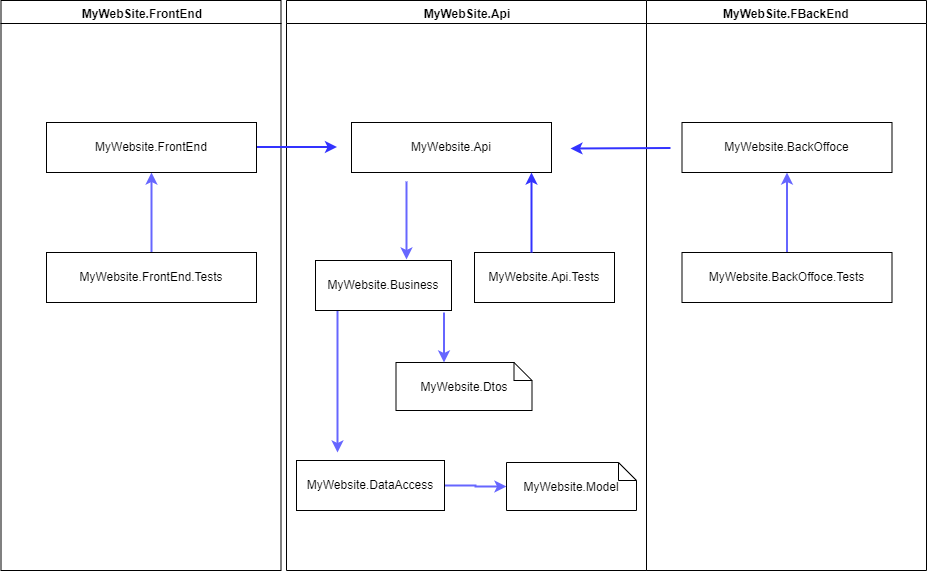
Above: Diagrams/LayersDiagram.png in saramgsilva/CompanyXPOSample (draw.io), before the change. Source tidied: cells renumbered, new cells last; positions are measured from the earlier drawing's top-left corner, leaving out a move shared by most shapes.
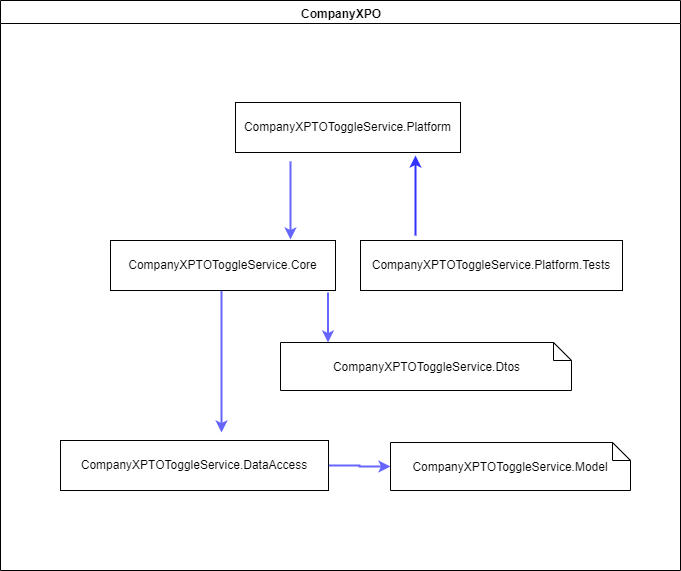
Later version of the same file.

The edit, as a diff of the source:
```diff
@@ -2,89 +2,53 @@
   <root>
     <mxCell id="0" />
     <mxCell id="1" parent="0" />
-    <mxCell id="2" value="MyWebSite.FrontEnd" style="swimlane;whiteSpace=wrap;" parent="1" vertex="1">
-      <mxGeometry x="0.5" width="280" height="570" as="geometry" />
-    </mxCell>
-    <mxCell id="3" style="edgeStyle=orthogonalEdgeStyle;rounded=0;jettySize=auto;html=1;strokeColor=#6666FF;strokeWidth=2;" parent="2" edge="1" source="4" target="5">
-      <mxGeometry relative="1" as="geometry" />
-    </mxCell>
-    <mxCell id="4" value="MyWebsite.FrontEnd.Tests" parent="2" vertex="1">
-      <mxGeometry x="45.5" y="252" width="210" height="50" as="geometry" />
-    </mxCell>
-    <mxCell id="5" value="MyWebsite.FrontEnd" parent="2" vertex="1">
-      <mxGeometry x="45.5" y="122" width="210" height="50" as="geometry" />
-    </mxCell>
-    <mxCell id="6" value="MyWebSite.Api" style="swimlane;whiteSpace=wrap;" parent="1" vertex="1">
-      <mxGeometry x="286" width="360" height="570" as="geometry" />
+    <mxCell id="6" value="CompanyXPO" style="swimlane;whiteSpace=wrap;" parent="1" vertex="1">
+      <mxGeometry x="286" width="680" height="570" as="geometry" />
     </mxCell>
-    <mxCell id="7" value="MyWebsite.Api" parent="6" vertex="1">
-      <mxGeometry x="65" y="122" width="200" height="50" as="geometry" />
+    <mxCell id="7" value="CompanyXPTOToggleService.Platform" parent="6" vertex="1">
+      <mxGeometry x="235" y="102" width="225" height="50" as="geometry" />
     </mxCell>
     <mxCell id="8" style="edgeStyle=orthogonalEdgeStyle;rounded=0;jettySize=auto;html=1;strokeColor=#6666FF;exitX=1;exitY=0.5;exitDx=0;exitDy=0;strokeWidth=2;" parent="6" edge="1" source="9" target="11">
       <mxGeometry relative="1" as="geometry" />
     </mxCell>
-    <mxCell id="9" value="MyWebsite.DataAccess" parent="6" vertex="1">
-      <mxGeometry x="10" y="460" width="148" height="50" as="geometry" />
+    <mxCell id="9" value="CompanyXPTOToggleService.DataAccess" parent="6" vertex="1">
+      <mxGeometry x="60" y="440" width="268" height="50" as="geometry" />
     </mxCell>
-    <mxCell id="10" value="MyWebsite.Api.Tests" parent="6" vertex="1">
-      <mxGeometry x="188" y="252" width="140" height="50" as="geometry" />
+    <mxCell id="10" value="CompanyXPTOToggleService.Platform.Tests" parent="6" vertex="1">
+      <mxGeometry x="360" y="240" width="262" height="50" as="geometry" />
     </mxCell>
-    <mxCell id="11" value="MyWebsite.Model" style="shape=note;whiteSpace=wrap;size=18;" parent="6" vertex="1">
-      <mxGeometry x="220" y="462" width="130" height="48" as="geometry" />
+    <mxCell id="11" value="CompanyXPTOToggleService.Model" style="shape=note;whiteSpace=wrap;size=18;" parent="6" vertex="1">
+      <mxGeometry x="390" y="442" width="240" height="48" as="geometry" />
     </mxCell>
-    <mxCell id="12" style="endArrow=classic;html=1;fillColor=#f8cecc;strokeColor=#3333FF;strokeWidth=2;" parent="6" edge="1">
-      <mxGeometry relative="1" as="geometry">
-        <mxPoint x="-29.5" y="146.5" as="sourcePoint" />
-        <mxPoint x="50.5" y="146.5" as="targetPoint" />
-      </mxGeometry>
-    </mxCell>
     <mxCell id="13" style="edgeStyle=orthogonalEdgeStyle;rounded=0;orthogonalLoop=1;jettySize=auto;html=1;strokeColor=#3333FF;strokeWidth=2;" parent="6" edge="1">
       <mxGeometry relative="1" as="geometry">
-        <mxPoint x="245" y="252" as="sourcePoint" />
-        <mxPoint x="245" y="172" as="targetPoint" />
+        <mxPoint x="415" y="235" as="sourcePoint" />
+        <mxPoint x="415" y="155" as="targetPoint" />
       </mxGeometry>
     </mxCell>
     <mxCell id="14" style="edgeStyle=orthogonalEdgeStyle;rounded=0;orthogonalLoop=1;jettySize=auto;html=1;strokeColor=#6666FF;strokeWidth=2;" parent="6" edge="1">
       <mxGeometry relative="1" as="geometry">
-        <mxPoint x="51" y="310" as="sourcePoint" />
-        <mxPoint x="51" y="452" as="targetPoint" />
+        <mxPoint x="221" y="290" as="sourcePoint" />
+        <mxPoint x="221" y="432" as="targetPoint" />
       </mxGeometry>
     </mxCell>
-    <mxCell id="15" value="MyWebsite.Business" parent="6" vertex="1">
-      <mxGeometry x="29" y="260" width="136" height="50" as="geometry" />
+    <mxCell id="15" value="CompanyXPTOToggleService.Core" parent="6" vertex="1">
+      <mxGeometry x="110" y="240" width="225" height="50" as="geometry" />
     </mxCell>
-    <mxCell id="16" value="MyWebsite.Dtos" style="shape=note;whiteSpace=wrap;size=18;" parent="6" vertex="1">
-      <mxGeometry x="109.5" y="362" width="136" height="48" as="geometry" />
+    <mxCell id="16" value="CompanyXPTOToggleService.Dtos" style="shape=note;whiteSpace=wrap;size=18;" parent="6" vertex="1">
+      <mxGeometry x="280" y="342" width="291" height="48" as="geometry" />
     </mxCell>
     <mxCell id="17" style="endArrow=classic;html=1;strokeColor=#6666FF;strokeWidth=2;" parent="6" edge="1">
       <mxGeometry relative="1" as="geometry">
-        <mxPoint x="120" y="181" as="sourcePoint" />
-        <mxPoint x="120" y="259" as="targetPoint" />
+        <mxPoint x="290" y="161" as="sourcePoint" />
+        <mxPoint x="290" y="239" as="targetPoint" />
       </mxGeometry>
     </mxCell>
     <mxCell id="18" style="endArrow=classic;html=1;strokeColor=#6666FF;strokeWidth=2;" parent="6" edge="1">
       <mxGeometry relative="1" as="geometry">
-        <mxPoint x="157.5" y="312" as="sourcePoint" />
-        <mxPoint x="157.5" y="362" as="targetPoint" />
+        <mxPoint x="327.5" y="292" as="sourcePoint" />
+        <mxPoint x="327.5" y="342" as="targetPoint" />
       </mxGeometry>
     </mxCell>
-    <mxCell id="19" value="MyWebSite.FBackEnd" style="swimlane;whiteSpace=wrap;" parent="1" vertex="1">
-      <mxGeometry x="646" width="280" height="570" as="geometry" />
-    </mxCell>
-    <mxCell id="20" style="edgeStyle=orthogonalEdgeStyle;rounded=0;jettySize=auto;html=1;strokeColor=#6666FF;strokeWidth=2;" parent="19" edge="1" source="21" target="22">
-      <mxGeometry relative="1" as="geometry" />
-    </mxCell>
-    <mxCell id="21" value="MyWebsite.BackOffoce.Tests" parent="19" vertex="1">
-      <mxGeometry x="35.5" y="252" width="210" height="50" as="geometry" />
-    </mxCell>
-    <mxCell id="22" value="MyWebsite.BackOffoce" parent="19" vertex="1">
-      <mxGeometry x="35.5" y="122" width="210" height="50" as="geometry" />
-    </mxCell>
-    <mxCell id="23" style="endArrow=classic;html=1;strokeColor=#3333FF;strokeWidth=2;" parent="19" edge="1">
-      <mxGeometry relative="1" as="geometry">
-        <mxPoint x="24" y="147.5" as="sourcePoint" />
-        <mxPoint x="-76" y="148" as="targetPoint" />
-      </mxGeometry>
-    </mxCell>
   </root>
 </mxGraphModel>
```
